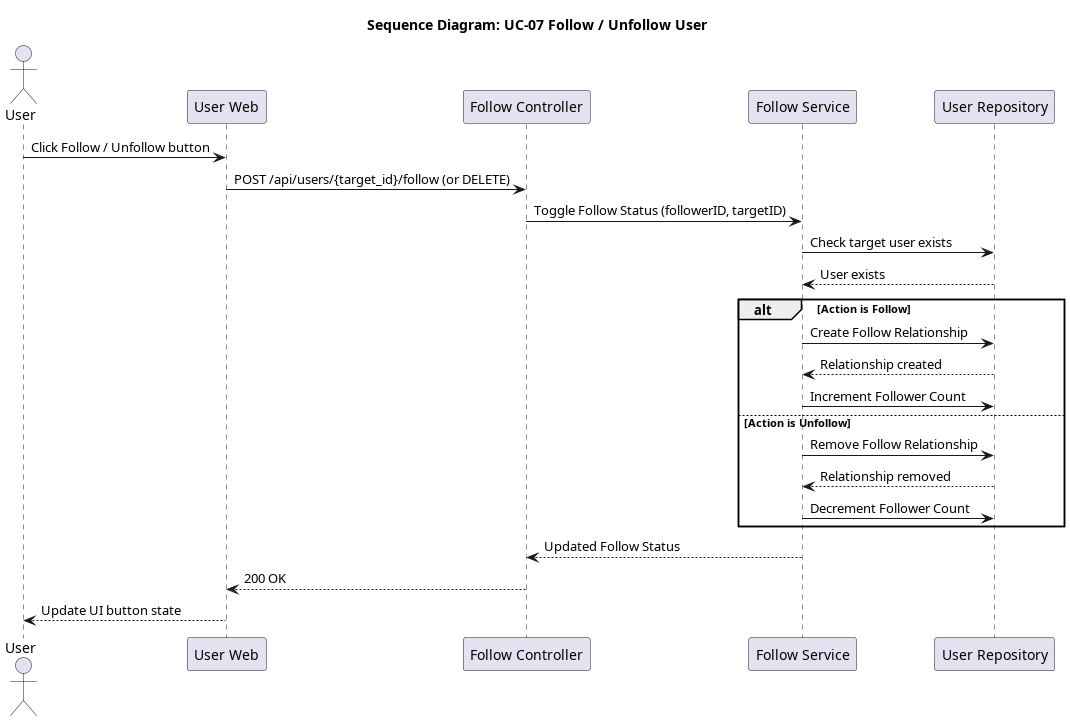
This is docs/srs_add/SAD/diagrams/seq_07_follow_unfollow_user.png from giakiet05/lkforum-new, a PlantUML export, as it was before one commit. Source of this version:
```plantuml
@startuml seq_07_follow_unfollow_user
title Sequence Diagram: UC-07 Follow / Unfollow User

actor User
participant "User Web" as Frontend
participant "Follow Controller" as Controller
participant "Follow Service" as Service
participant "User Repository" as Repo

User -> Frontend: Click Follow / Unfollow button
Frontend -> Controller: POST /api/users/{target_id}/follow (or DELETE)
Controller -> Service: Toggle Follow Status (followerID, targetID)
Service -> Repo: Check target user exists
Repo --> Service: User exists

alt Action is Follow
    Service -> Repo: Create Follow Relationship
    Repo --> Service: Relationship created
    Service -> Repo: Increment Follower Count
else Action is Unfollow
    Service -> Repo: Remove Follow Relationship
    Repo --> Service: Relationship removed
    Service -> Repo: Decrement Follower Count
end

Service --> Controller: Updated Follow Status
Controller --> Frontend: 200 OK
Frontend --> User: Update UI button state
@enduml
```
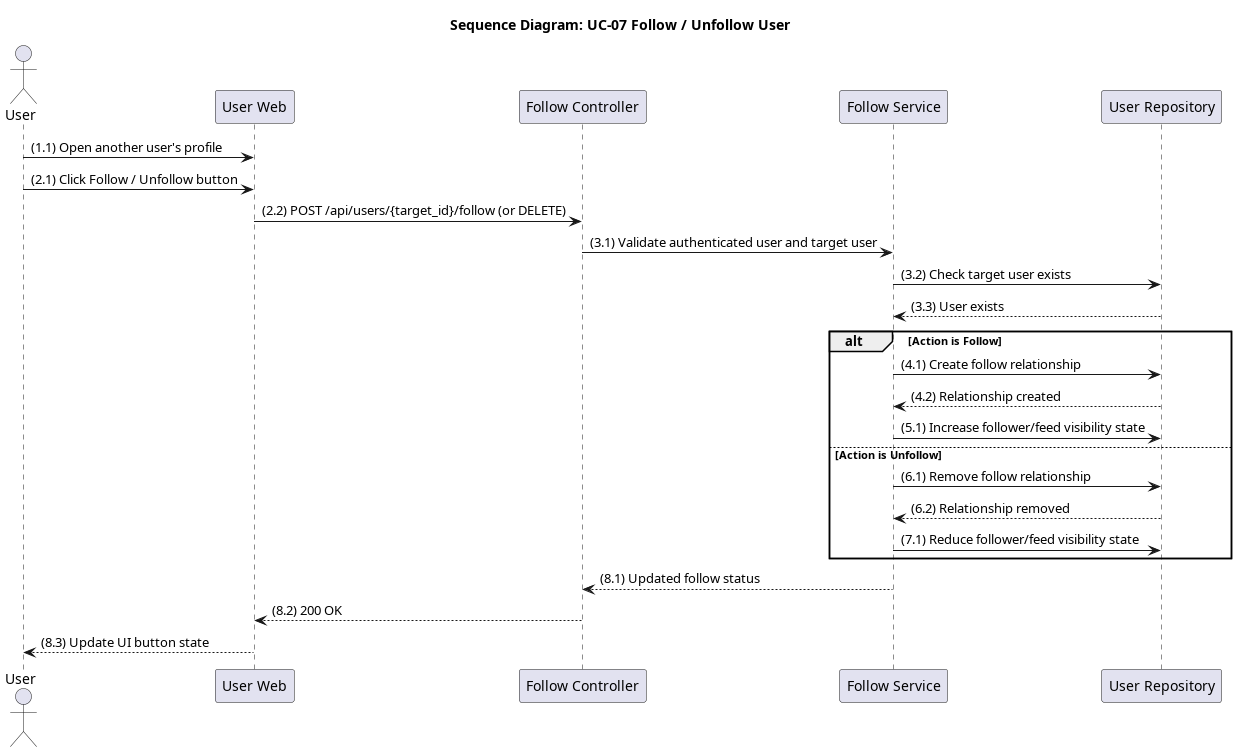
After the commit.

Diff of the diagram source:
```diff
@@ -7,23 +7,24 @@
 participant "Follow Service" as Service
 participant "User Repository" as Repo
 
-User -> Frontend: Click Follow / Unfollow button
-Frontend -> Controller: POST /api/users/{target_id}/follow (or DELETE)
-Controller -> Service: Toggle Follow Status (followerID, targetID)
-Service -> Repo: Check target user exists
-Repo --> Service: User exists
+User -> Frontend: (1.1) Open another user's profile
+User -> Frontend: (2.1) Click Follow / Unfollow button
+Frontend -> Controller: (2.2) POST /api/users/{target_id}/follow (or DELETE)
+Controller -> Service: (3.1) Validate authenticated user and target user
+Service -> Repo: (3.2) Check target user exists
+Repo --> Service: (3.3) User exists
 
 alt Action is Follow
-    Service -> Repo: Create Follow Relationship
-    Repo --> Service: Relationship created
-    Service -> Repo: Increment Follower Count
+    Service -> Repo: (4.1) Create follow relationship
+    Repo --> Service: (4.2) Relationship created
+    Service -> Repo: (5.1) Increase follower/feed visibility state
 else Action is Unfollow
-    Service -> Repo: Remove Follow Relationship
-    Repo --> Service: Relationship removed
-    Service -> Repo: Decrement Follower Count
+    Service -> Repo: (6.1) Remove follow relationship
+    Repo --> Service: (6.2) Relationship removed
+    Service -> Repo: (7.1) Reduce follower/feed visibility state
 end
 
-Service --> Controller: Updated Follow Status
-Controller --> Frontend: 200 OK
-Frontend --> User: Update UI button state
+Service --> Controller: (8.1) Updated follow status
+Controller --> Frontend: (8.2) 200 OK
+Frontend --> User: (8.3) Update UI button state
 @enduml
```
